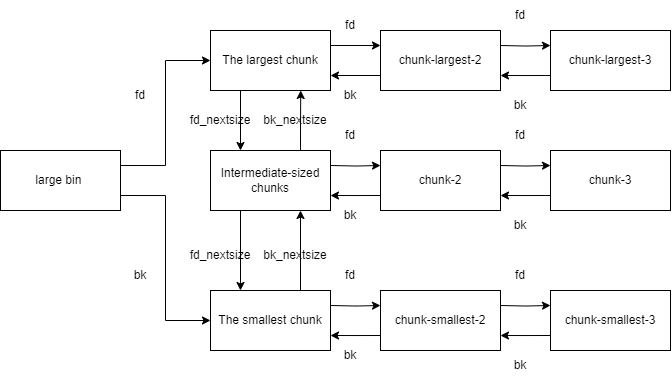
The draw.io diagram img/large_bin_attack/largebin_struct.png in awaqwqa/awaqwqa.github.io, before a commit. Source tidied: cells renumbered, new cells last; positions are measured from the earlier drawing's top-left corner, leaving out a move shared by most shapes.
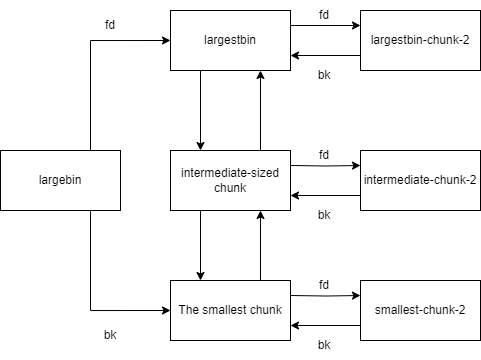
Later version of the same file.

Diff of the diagram source:
```diff
@@ -2,165 +2,94 @@
   <root>
     <mxCell id="0" />
     <mxCell id="1" parent="0" />
-    <mxCell id="2" style="edgeStyle=orthogonalEdgeStyle;rounded=0;jettySize=auto;html=1;exitX=1;exitY=0.25;exitDx=0;exitDy=0;entryX=0;entryY=0.5;entryDx=0;entryDy=0;" parent="1" edge="1" source="4" target="9">
-      <mxGeometry relative="1" as="geometry" />
-    </mxCell>
-    <mxCell id="3" style="edgeStyle=orthogonalEdgeStyle;rounded=0;jettySize=auto;html=1;exitX=1;exitY=0.75;exitDx=0;exitDy=0;entryX=0;entryY=0.5;entryDx=0;entryDy=0;" parent="1" edge="1" source="4" target="6">
-      <mxGeometry relative="1" as="geometry" />
-    </mxCell>
-    <mxCell id="4" value="large bin&amp;nbsp;" style="rounded=0;whiteSpace=wrap;html=1;" parent="1" vertex="1">
-      <mxGeometry y="150" width="120" height="60" as="geometry" />
-    </mxCell>
-    <mxCell id="5" style="edgeStyle=orthogonalEdgeStyle;rounded=0;jettySize=auto;html=1;exitX=0.75;exitY=0;exitDx=0;exitDy=0;entryX=0.75;entryY=1;entryDx=0;entryDy=0;" parent="1" edge="1" source="6" target="33">
-      <mxGeometry relative="1" as="geometry" />
-    </mxCell>
+    <mxCell id="48" style="edgeStyle=orthogonalEdgeStyle;rounded=0;jettySize=auto;html=1;exitX=0.75;exitY=0;exitDx=0;exitDy=0;entryX=0;entryY=0.5;entryDx=0;entryDy=0;" parent="1" edge="1" source="50" target="53">
+      <mxGeometry relative="1" as="geometry" />
+    </mxCell>
+    <mxCell id="49" style="edgeStyle=orthogonalEdgeStyle;rounded=0;jettySize=auto;html=1;exitX=0.75;exitY=1;exitDx=0;exitDy=0;entryX=0;entryY=0.5;entryDx=0;entryDy=0;" parent="1" edge="1" source="50" target="6">
+      <mxGeometry relative="1" as="geometry" />
+    </mxCell>
+    <mxCell id="50" value="largebin" style="rounded=0;whiteSpace=wrap;html=1;" parent="1" vertex="1">
+      <mxGeometry x="40" y="160" width="120" height="60" as="geometry" />
+    </mxCell>
+    <mxCell id="51" style="edgeStyle=orthogonalEdgeStyle;rounded=0;jettySize=auto;html=1;exitX=0.25;exitY=1;exitDx=0;exitDy=0;entryX=0.25;entryY=0;entryDx=0;entryDy=0;" parent="1" edge="1" source="53" target="56">
+      <mxGeometry relative="1" as="geometry" />
+    </mxCell>
+    <mxCell id="52" style="edgeStyle=orthogonalEdgeStyle;rounded=0;jettySize=auto;html=1;exitX=1;exitY=0.25;exitDx=0;exitDy=0;entryX=0;entryY=0.25;entryDx=0;entryDy=0;" parent="1" edge="1" source="53" target="61">
+      <mxGeometry relative="1" as="geometry" />
+    </mxCell>
+    <mxCell id="53" value="largestbin" style="rounded=0;whiteSpace=wrap;html=1;" parent="1" vertex="1">
+      <mxGeometry x="210" y="20" width="120" height="60" as="geometry" />
+    </mxCell>
+    <mxCell id="54" style="edgeStyle=orthogonalEdgeStyle;rounded=0;jettySize=auto;html=1;exitX=0.25;exitY=1;exitDx=0;exitDy=0;entryX=0.25;entryY=0;entryDx=0;entryDy=0;" parent="1" edge="1" source="56" target="6">
+      <mxGeometry relative="1" as="geometry" />
+    </mxCell>
+    <mxCell id="55" style="edgeStyle=orthogonalEdgeStyle;rounded=0;jettySize=auto;html=1;exitX=0.75;exitY=0;exitDx=0;exitDy=0;entryX=0.75;entryY=1;entryDx=0;entryDy=0;" parent="1" edge="1" source="56" target="53">
+      <mxGeometry relative="1" as="geometry" />
+    </mxCell>
+    <mxCell id="56" value="intermediate-sized&lt;br&gt;chunk" style="rounded=0;whiteSpace=wrap;html=1;" parent="1" vertex="1">
+      <mxGeometry x="210" y="160" width="120" height="60" as="geometry" />
+    </mxCell>
+    <mxCell id="57" style="edgeStyle=orthogonalEdgeStyle;rounded=0;jettySize=auto;html=1;exitX=0.75;exitY=0;exitDx=0;exitDy=0;entryX=0.75;entryY=1;entryDx=0;entryDy=0;" parent="1" edge="1" source="6" target="56">
+      <mxGeometry relative="1" as="geometry" />
+    </mxCell>
     <mxCell id="6" value="The smallest chunk" style="rounded=0;whiteSpace=wrap;html=1;" parent="1" vertex="1">
       <mxGeometry x="210" y="290" width="120" height="60" as="geometry" />
     </mxCell>
-    <mxCell id="7" style="edgeStyle=orthogonalEdgeStyle;rounded=0;jettySize=auto;html=1;exitX=1;exitY=0.25;exitDx=0;exitDy=0;entryX=0;entryY=0.25;entryDx=0;entryDy=0;" parent="1" edge="1" source="9" target="13">
-      <mxGeometry relative="1" as="geometry" />
-    </mxCell>
-    <mxCell id="8" style="edgeStyle=orthogonalEdgeStyle;rounded=0;jettySize=auto;html=1;exitX=0.25;exitY=1;exitDx=0;exitDy=0;entryX=0.25;entryY=0;entryDx=0;entryDy=0;" parent="1" edge="1" source="9" target="33">
-      <mxGeometry relative="1" as="geometry" />
-    </mxCell>
-    <mxCell id="9" value="The largest chunk" style="rounded=0;whiteSpace=wrap;html=1;" parent="1" vertex="1">
-      <mxGeometry x="210" y="30" width="120" height="60" as="geometry" />
-    </mxCell>
-    <mxCell id="10" value="fd" style="text;html=1;strokeColor=none;fillColor=none;align=center;verticalAlign=middle;whiteSpace=wrap;rounded=0;" parent="1" vertex="1">
-      <mxGeometry x="110" y="80" width="60" height="30" as="geometry" />
-    </mxCell>
-    <mxCell id="11" value="bk" style="text;html=1;strokeColor=none;fillColor=none;align=center;verticalAlign=middle;whiteSpace=wrap;rounded=0;" parent="1" vertex="1">
-      <mxGeometry x="110" y="260" width="60" height="30" as="geometry" />
-    </mxCell>
-    <mxCell id="12" style="edgeStyle=orthogonalEdgeStyle;rounded=0;jettySize=auto;html=1;exitX=0;exitY=0.75;exitDx=0;exitDy=0;entryX=1;entryY=0.75;entryDx=0;entryDy=0;" parent="1" edge="1" source="13" target="9">
-      <mxGeometry relative="1" as="geometry" />
-    </mxCell>
-    <mxCell id="13" value="chunk-largest-2" style="rounded=0;whiteSpace=wrap;html=1;" parent="1" vertex="1">
-      <mxGeometry x="380" y="30" width="120" height="60" as="geometry" />
-    </mxCell>
-    <mxCell id="14" value="fd" style="text;html=1;strokeColor=none;fillColor=none;align=center;verticalAlign=middle;whiteSpace=wrap;rounded=0;" parent="1" vertex="1">
-      <mxGeometry x="320" y="10" width="60" height="30" as="geometry" />
-    </mxCell>
-    <mxCell id="15" value="bk" style="text;html=1;strokeColor=none;fillColor=none;align=center;verticalAlign=middle;whiteSpace=wrap;rounded=0;" parent="1" vertex="1">
-      <mxGeometry x="320" y="80" width="60" height="30" as="geometry" />
-    </mxCell>
-    <mxCell id="16" style="edgeStyle=orthogonalEdgeStyle;rounded=0;jettySize=auto;html=1;exitX=1;exitY=0.25;exitDx=0;exitDy=0;entryX=0;entryY=0.25;entryDx=0;entryDy=0;" parent="1" edge="1" target="18">
-      <mxGeometry relative="1" as="geometry">
-        <mxPoint x="500" y="45" as="sourcePoint" />
-      </mxGeometry>
-    </mxCell>
-    <mxCell id="17" style="edgeStyle=orthogonalEdgeStyle;rounded=0;jettySize=auto;html=1;exitX=0;exitY=0.75;exitDx=0;exitDy=0;entryX=1;entryY=0.75;entryDx=0;entryDy=0;" parent="1" edge="1" source="18">
-      <mxGeometry relative="1" as="geometry">
-        <mxPoint x="500" y="75" as="targetPoint" />
-      </mxGeometry>
-    </mxCell>
-    <mxCell id="18" value="chunk-largest-3" style="rounded=0;whiteSpace=wrap;html=1;" parent="1" vertex="1">
-      <mxGeometry x="550" y="30" width="120" height="60" as="geometry" />
-    </mxCell>
-    <mxCell id="19" style="edgeStyle=orthogonalEdgeStyle;rounded=0;jettySize=auto;html=1;exitX=1;exitY=0.25;exitDx=0;exitDy=0;entryX=0;entryY=0.25;entryDx=0;entryDy=0;" parent="1" edge="1" target="21">
-      <mxGeometry relative="1" as="geometry">
-        <mxPoint x="330" y="305" as="sourcePoint" />
-      </mxGeometry>
-    </mxCell>
-    <mxCell id="20" style="edgeStyle=orthogonalEdgeStyle;rounded=0;jettySize=auto;html=1;exitX=0;exitY=0.75;exitDx=0;exitDy=0;entryX=1;entryY=0.75;entryDx=0;entryDy=0;" parent="1" edge="1" source="21">
-      <mxGeometry relative="1" as="geometry">
-        <mxPoint x="330" y="335" as="targetPoint" />
-      </mxGeometry>
-    </mxCell>
-    <mxCell id="21" value="chunk-smallest-2" style="rounded=0;whiteSpace=wrap;html=1;" parent="1" vertex="1">
-      <mxGeometry x="380" y="290" width="120" height="60" as="geometry" />
-    </mxCell>
-    <mxCell id="22" value="fd" style="text;html=1;strokeColor=none;fillColor=none;align=center;verticalAlign=middle;whiteSpace=wrap;rounded=0;" parent="1" vertex="1">
-      <mxGeometry x="320" y="260" width="60" height="30" as="geometry" />
-    </mxCell>
-    <mxCell id="23" value="bk" style="text;html=1;strokeColor=none;fillColor=none;align=center;verticalAlign=middle;whiteSpace=wrap;rounded=0;" parent="1" vertex="1">
-      <mxGeometry x="320" y="340" width="60" height="30" as="geometry" />
-    </mxCell>
-    <mxCell id="24" style="edgeStyle=orthogonalEdgeStyle;rounded=0;jettySize=auto;html=1;exitX=1;exitY=0.25;exitDx=0;exitDy=0;entryX=0;entryY=0.25;entryDx=0;entryDy=0;" parent="1" edge="1" target="26">
-      <mxGeometry relative="1" as="geometry">
-        <mxPoint x="500" y="305" as="sourcePoint" />
-      </mxGeometry>
-    </mxCell>
-    <mxCell id="25" style="edgeStyle=orthogonalEdgeStyle;rounded=0;jettySize=auto;html=1;exitX=0;exitY=0.75;exitDx=0;exitDy=0;entryX=1;entryY=0.75;entryDx=0;entryDy=0;" parent="1" edge="1" source="26">
-      <mxGeometry relative="1" as="geometry">
-        <mxPoint x="500" y="335" as="targetPoint" />
-      </mxGeometry>
-    </mxCell>
-    <mxCell id="26" value="chunk-smallest-3" style="rounded=0;whiteSpace=wrap;html=1;" parent="1" vertex="1">
-      <mxGeometry x="550" y="290" width="120" height="60" as="geometry" />
-    </mxCell>
-    <mxCell id="27" value="fd" style="text;html=1;strokeColor=none;fillColor=none;align=center;verticalAlign=middle;whiteSpace=wrap;rounded=0;" parent="1" vertex="1">
-      <mxGeometry x="490" y="260" width="60" height="30" as="geometry" />
-    </mxCell>
-    <mxCell id="28" value="fd" style="text;html=1;strokeColor=none;fillColor=none;align=center;verticalAlign=middle;whiteSpace=wrap;rounded=0;" parent="1" vertex="1">
-      <mxGeometry x="490" width="60" height="30" as="geometry" />
-    </mxCell>
-    <mxCell id="29" value="bk" style="text;html=1;strokeColor=none;fillColor=none;align=center;verticalAlign=middle;whiteSpace=wrap;rounded=0;" parent="1" vertex="1">
-      <mxGeometry x="490" y="350" width="60" height="30" as="geometry" />
-    </mxCell>
-    <mxCell id="30" value="bk" style="text;html=1;strokeColor=none;fillColor=none;align=center;verticalAlign=middle;whiteSpace=wrap;rounded=0;" parent="1" vertex="1">
-      <mxGeometry x="490" y="90" width="60" height="30" as="geometry" />
-    </mxCell>
-    <mxCell id="31" style="edgeStyle=orthogonalEdgeStyle;rounded=0;jettySize=auto;html=1;exitX=0.75;exitY=0;exitDx=0;exitDy=0;" parent="1" edge="1" source="33">
-      <mxGeometry relative="1" as="geometry">
-        <mxPoint x="300.2" y="90" as="targetPoint" />
-      </mxGeometry>
-    </mxCell>
-    <mxCell id="32" style="edgeStyle=orthogonalEdgeStyle;rounded=0;jettySize=auto;html=1;exitX=0.25;exitY=1;exitDx=0;exitDy=0;entryX=0.25;entryY=0;entryDx=0;entryDy=0;" parent="1" edge="1" source="33" target="6">
-      <mxGeometry relative="1" as="geometry" />
-    </mxCell>
-    <mxCell id="33" value="Intermediate-sized chunks" style="rounded=0;whiteSpace=wrap;html=1;" parent="1" vertex="1">
-      <mxGeometry x="210" y="150" width="120" height="60" as="geometry" />
-    </mxCell>
-    <mxCell id="34" style="edgeStyle=orthogonalEdgeStyle;rounded=0;jettySize=auto;html=1;exitX=1;exitY=0.25;exitDx=0;exitDy=0;entryX=0;entryY=0.25;entryDx=0;entryDy=0;" parent="1" edge="1" target="36">
-      <mxGeometry relative="1" as="geometry">
-        <mxPoint x="330" y="165" as="sourcePoint" />
-      </mxGeometry>
-    </mxCell>
-    <mxCell id="35" style="edgeStyle=orthogonalEdgeStyle;rounded=0;jettySize=auto;html=1;exitX=0;exitY=0.75;exitDx=0;exitDy=0;entryX=1;entryY=0.75;entryDx=0;entryDy=0;" parent="1" edge="1" source="36">
-      <mxGeometry relative="1" as="geometry">
-        <mxPoint x="330" y="195" as="targetPoint" />
-      </mxGeometry>
-    </mxCell>
-    <mxCell id="36" value="chunk-2" style="rounded=0;whiteSpace=wrap;html=1;" parent="1" vertex="1">
-      <mxGeometry x="380" y="150" width="120" height="60" as="geometry" />
-    </mxCell>
-    <mxCell id="37" value="fd" style="text;html=1;strokeColor=none;fillColor=none;align=center;verticalAlign=middle;whiteSpace=wrap;rounded=0;" parent="1" vertex="1">
-      <mxGeometry x="320" y="120" width="60" height="30" as="geometry" />
-    </mxCell>
-    <mxCell id="38" value="bk" style="text;html=1;strokeColor=none;fillColor=none;align=center;verticalAlign=middle;whiteSpace=wrap;rounded=0;" parent="1" vertex="1">
-      <mxGeometry x="320" y="200" width="60" height="30" as="geometry" />
-    </mxCell>
-    <mxCell id="39" style="edgeStyle=orthogonalEdgeStyle;rounded=0;jettySize=auto;html=1;exitX=1;exitY=0.25;exitDx=0;exitDy=0;entryX=0;entryY=0.25;entryDx=0;entryDy=0;" parent="1" edge="1" target="41">
-      <mxGeometry relative="1" as="geometry">
-        <mxPoint x="500" y="165" as="sourcePoint" />
-      </mxGeometry>
-    </mxCell>
-    <mxCell id="40" style="edgeStyle=orthogonalEdgeStyle;rounded=0;jettySize=auto;html=1;exitX=0;exitY=0.75;exitDx=0;exitDy=0;entryX=1;entryY=0.75;entryDx=0;entryDy=0;" parent="1" edge="1" source="41">
-      <mxGeometry relative="1" as="geometry">
-        <mxPoint x="500" y="195" as="targetPoint" />
-      </mxGeometry>
-    </mxCell>
-    <mxCell id="41" value="chunk-3" style="rounded=0;whiteSpace=wrap;html=1;" parent="1" vertex="1">
-      <mxGeometry x="550" y="150" width="120" height="60" as="geometry" />
-    </mxCell>
-    <mxCell id="42" value="fd" style="text;html=1;strokeColor=none;fillColor=none;align=center;verticalAlign=middle;whiteSpace=wrap;rounded=0;" parent="1" vertex="1">
-      <mxGeometry x="490" y="120" width="60" height="30" as="geometry" />
-    </mxCell>
-    <mxCell id="43" value="bk" style="text;html=1;strokeColor=none;fillColor=none;align=center;verticalAlign=middle;whiteSpace=wrap;rounded=0;" parent="1" vertex="1">
-      <mxGeometry x="490" y="210" width="60" height="30" as="geometry" />
-    </mxCell>
-    <mxCell id="44" value="fd_nextsize" style="text;html=1;strokeColor=none;fillColor=none;align=center;verticalAlign=middle;whiteSpace=wrap;rounded=0;" parent="1" vertex="1">
-      <mxGeometry x="190" y="105" width="60" height="30" as="geometry" />
-    </mxCell>
-    <mxCell id="45" value="bk_nextsize" style="text;html=1;strokeColor=none;fillColor=none;align=center;verticalAlign=middle;whiteSpace=wrap;rounded=0;" parent="1" vertex="1">
-      <mxGeometry x="270" y="110" width="50" height="20" as="geometry" />
-    </mxCell>
-    <mxCell id="46" value="fd_nextsize" style="text;html=1;strokeColor=none;fillColor=none;align=center;verticalAlign=middle;whiteSpace=wrap;rounded=0;" parent="1" vertex="1">
-      <mxGeometry x="190" y="240" width="60" height="30" as="geometry" />
-    </mxCell>
-    <mxCell id="47" value="bk_nextsize" style="text;html=1;strokeColor=none;fillColor=none;align=center;verticalAlign=middle;whiteSpace=wrap;rounded=0;" parent="1" vertex="1">
-      <mxGeometry x="270" y="245" width="50" height="20" as="geometry" />
-    </mxCell>
+    <mxCell id="58" value="fd" style="text;html=1;strokeColor=none;fillColor=none;align=center;verticalAlign=middle;whiteSpace=wrap;rounded=0;" parent="1" vertex="1">
+      <mxGeometry x="120" y="20" width="60" height="30" as="geometry" />
+    </mxCell>
+    <mxCell id="59" value="bk" style="text;html=1;strokeColor=none;fillColor=none;align=center;verticalAlign=middle;whiteSpace=wrap;rounded=0;" parent="1" vertex="1">
+      <mxGeometry x="120" y="330" width="60" height="30" as="geometry" />
+    </mxCell>
+    <mxCell id="60" style="edgeStyle=orthogonalEdgeStyle;rounded=0;jettySize=auto;html=1;exitX=0;exitY=0.75;exitDx=0;exitDy=0;entryX=1;entryY=0.75;entryDx=0;entryDy=0;" parent="1" edge="1" source="61" target="53">
+      <mxGeometry relative="1" as="geometry" />
+    </mxCell>
+    <mxCell id="61" value="largestbin-chunk-2" style="rounded=0;whiteSpace=wrap;html=1;" parent="1" vertex="1">
+      <mxGeometry x="400" y="20" width="120" height="60" as="geometry" />
+    </mxCell>
+    <mxCell id="62" value="fd" style="text;html=1;strokeColor=none;fillColor=none;align=center;verticalAlign=middle;whiteSpace=wrap;rounded=0;" parent="1" vertex="1">
+      <mxGeometry x="334" y="10" width="60" height="30" as="geometry" />
+    </mxCell>
+    <mxCell id="63" value="bk" style="text;html=1;strokeColor=none;fillColor=none;align=center;verticalAlign=middle;whiteSpace=wrap;rounded=0;" parent="1" vertex="1">
+      <mxGeometry x="334" y="70" width="60" height="30" as="geometry" />
+    </mxCell>
+    <mxCell id="64" style="edgeStyle=orthogonalEdgeStyle;rounded=0;jettySize=auto;html=1;exitX=1;exitY=0.25;exitDx=0;exitDy=0;entryX=0;entryY=0.25;entryDx=0;entryDy=0;" parent="1" edge="1" target="66">
+      <mxGeometry relative="1" as="geometry">
+        <mxPoint x="330" y="175" as="sourcePoint" />
+      </mxGeometry>
+    </mxCell>
+    <mxCell id="65" style="edgeStyle=orthogonalEdgeStyle;rounded=0;jettySize=auto;html=1;exitX=0;exitY=0.75;exitDx=0;exitDy=0;entryX=1;entryY=0.75;entryDx=0;entryDy=0;" parent="1" edge="1" source="66">
+      <mxGeometry relative="1" as="geometry">
+        <mxPoint x="330" y="205" as="targetPoint" />
+      </mxGeometry>
+    </mxCell>
+    <mxCell id="66" value="intermediate-chunk-2" style="rounded=0;whiteSpace=wrap;html=1;" parent="1" vertex="1">
+      <mxGeometry x="400" y="160" width="120" height="60" as="geometry" />
+    </mxCell>
+    <mxCell id="67" value="fd" style="text;html=1;strokeColor=none;fillColor=none;align=center;verticalAlign=middle;whiteSpace=wrap;rounded=0;" parent="1" vertex="1">
+      <mxGeometry x="334" y="150" width="60" height="30" as="geometry" />
+    </mxCell>
+    <mxCell id="68" value="bk" style="text;html=1;strokeColor=none;fillColor=none;align=center;verticalAlign=middle;whiteSpace=wrap;rounded=0;" parent="1" vertex="1">
+      <mxGeometry x="334" y="210" width="60" height="30" as="geometry" />
+    </mxCell>
+    <mxCell id="69" style="edgeStyle=orthogonalEdgeStyle;rounded=0;jettySize=auto;html=1;exitX=1;exitY=0.25;exitDx=0;exitDy=0;entryX=0;entryY=0.25;entryDx=0;entryDy=0;" parent="1" edge="1" target="71">
+      <mxGeometry relative="1" as="geometry">
+        <mxPoint x="330" y="305" as="sourcePoint" />
+      </mxGeometry>
+    </mxCell>
+    <mxCell id="70" style="edgeStyle=orthogonalEdgeStyle;rounded=0;jettySize=auto;html=1;exitX=0;exitY=0.75;exitDx=0;exitDy=0;entryX=1;entryY=0.75;entryDx=0;entryDy=0;" parent="1" edge="1" source="71">
+      <mxGeometry relative="1" as="geometry">
+        <mxPoint x="330" y="335" as="targetPoint" />
+      </mxGeometry>
+    </mxCell>
+    <mxCell id="71" value="smallest-chunk-2" style="rounded=0;whiteSpace=wrap;html=1;" parent="1" vertex="1">
+      <mxGeometry x="400" y="290" width="120" height="60" as="geometry" />
+    </mxCell>
+    <mxCell id="72" value="fd" style="text;html=1;strokeColor=none;fillColor=none;align=center;verticalAlign=middle;whiteSpace=wrap;rounded=0;" parent="1" vertex="1">
+      <mxGeometry x="334" y="280" width="60" height="30" as="geometry" />
+    </mxCell>
+    <mxCell id="73" value="bk" style="text;html=1;strokeColor=none;fillColor=none;align=center;verticalAlign=middle;whiteSpace=wrap;rounded=0;" parent="1" vertex="1">
+      <mxGeometry x="334" y="340" width="60" height="30" as="geometry" />
+    </mxCell>
   </root>
 </mxGraphModel>
```
